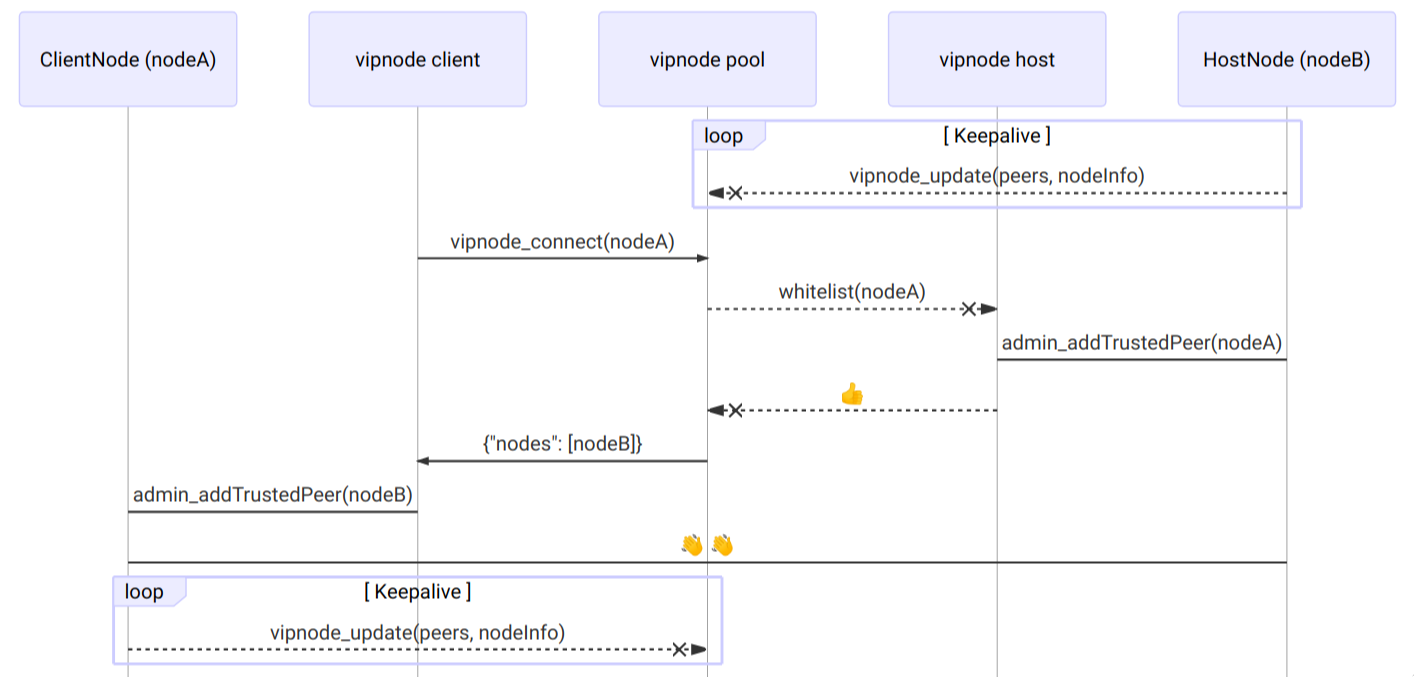
Earlier version of the Mermaid export docs/clientflow.png (vipnode/vipnode.org). Its source is kept beside it as docs/clientflow.mmd.
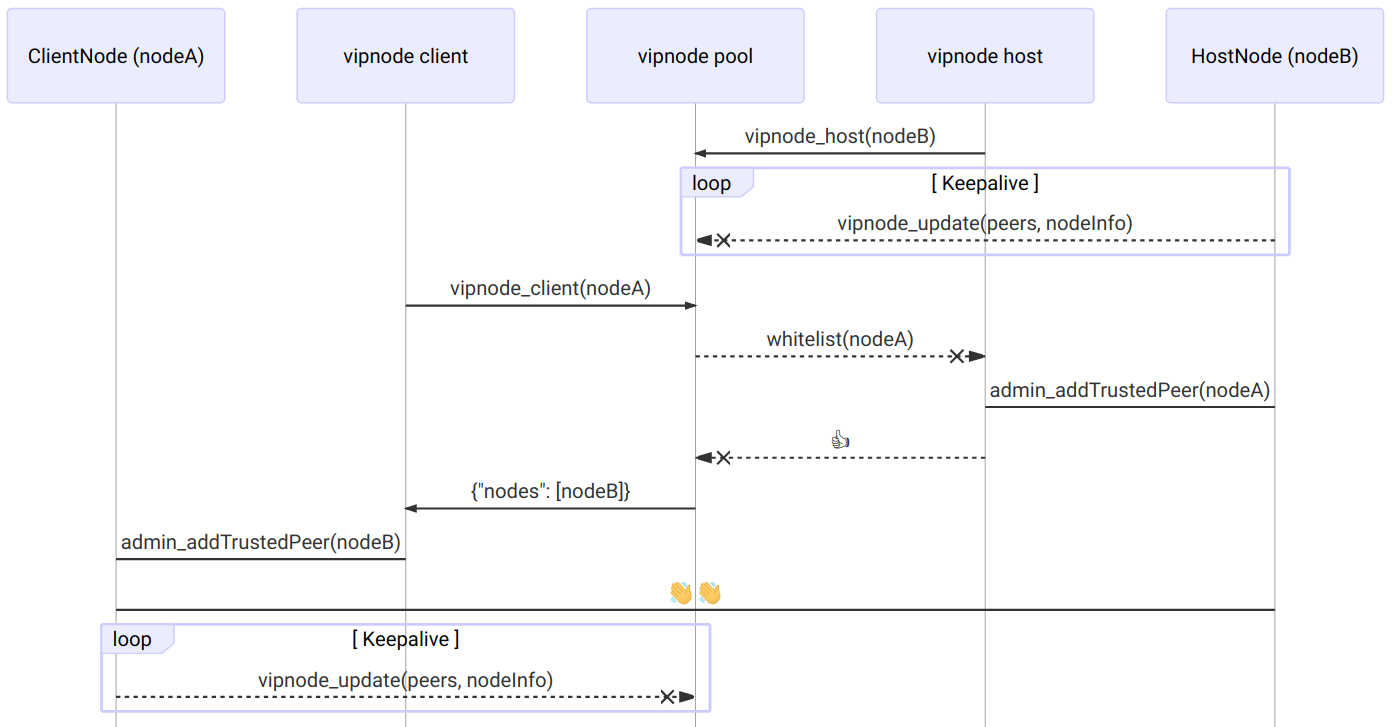
The same file after the commit.

Diff of the diagram source:
```diff
@@ -4,10 +4,11 @@
     participant Pool as vipnode pool
     participant Host as vipnode host
     participant HostNode as HostNode (nodeB)
+    Host->>Pool: vipnode_host(nodeB)
     loop Keepalive
         HostNode--xPool: vipnode_update(peers, nodeInfo)
     end
-    Client->>Pool: vipnode_connect(nodeA)
+    Client->>Pool: vipnode_client(nodeA)
     Pool--xHost: whitelist(nodeA)
     Host->HostNode: admin_addTrustedPeer(nodeA)
     Host--xPool: 👍
```
